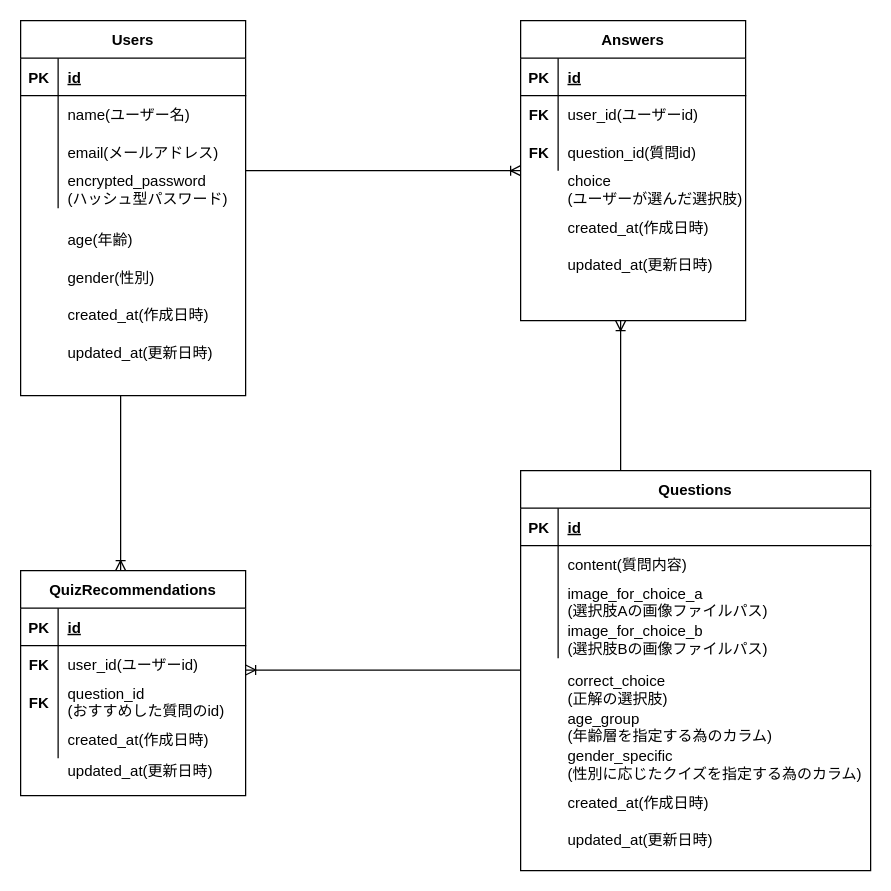
Before: ER図(本リリース版).drawio in jannah-n/graduation_exam, a draw.io diagram. Source tidied: cells renumbered, new cells numbered last; positions are measured from the earlier drawing's top-left corner, leaving out a move shared by most shapes. Both pictures are drawn from the tidied source at 125%, with x=0, y=0 at pixel (20, 20).
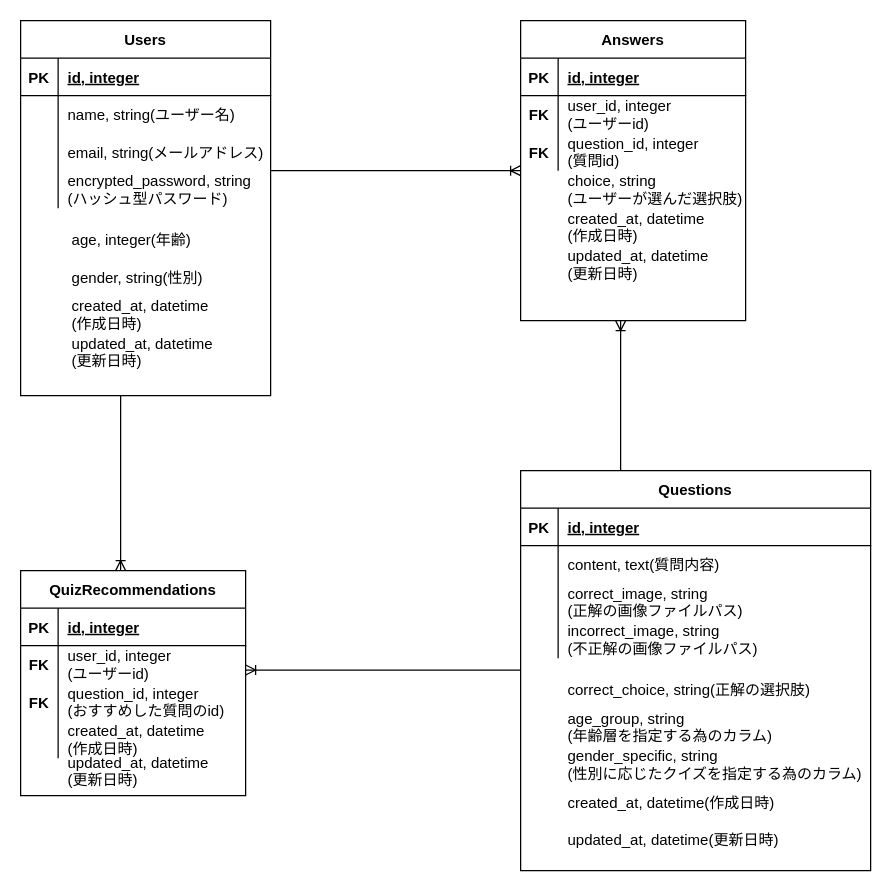
After the change.

Commit message (it also covers changes not shown here):
"ER図(MVPリリース版&本リリース版)の質問用画像パスのカラム名をcorrect_image, incorrect_imageに名称変更" "ER図(MVPリリース版&本リリース版)に各カラムのデータ型を追記" "README.mdに貼り付けているER図(MVPリリース版&本リリース版)を差し替え"

Unchanged cells that the change refers to:
```xml
<mxCell id="2" style="group;" parent="1" vertex="1">
  <mxGeometry x="400" width="180" height="240" as="geometry" />
</mxCell>
<mxCell id="3" value="Answers" style="shape=table;startSize=30;childLayout=tableLayout;rowLines=0;fontStyle=1;align=center;" parent="2" vertex="1">
  <mxGeometry width="180" height="240" as="geometry" />
</mxCell>
<mxCell id="4" style="shape=tableRow;horizontal=0;startSize=0;swimlaneHead=0;swimlaneBody=0;fillColor=none;top=0;left=0;right=0;bottom=1;" parent="3" vertex="1">
  <mxGeometry y="30" width="180" height="30" as="geometry" />
</mxCell>
<mxCell id="7" style="shape=tableRow;horizontal=0;startSize=0;swimlaneHead=0;swimlaneBody=0;fillColor=none;top=0;left=0;right=0;bottom=0;" parent="3" vertex="1">
  <mxGeometry y="60" width="180" height="30" as="geometry" />
</mxCell>
<mxCell id="10" style="shape=tableRow;horizontal=0;startSize=0;swimlaneHead=0;swimlaneBody=0;fillColor=none;top=0;left=0;right=0;bottom=0;" parent="3" vertex="1">
  <mxGeometry y="90" width="180" height="30" as="geometry" />
</mxCell>
<mxCell id="36" style="group;" parent="1" vertex="1">
  <mxGeometry x="400" y="360" width="280" height="320" as="geometry" />
</mxCell>
<mxCell id="38" style="shape=tableRow;horizontal=0;startSize=0;swimlaneHead=0;swimlaneBody=0;fillColor=none;top=0;left=0;right=0;bottom=1;" parent="37" vertex="1">
  <mxGeometry y="30" width="280" height="30" as="geometry" />
</mxCell>
<mxCell id="41" style="shape=tableRow;horizontal=0;startSize=0;swimlaneHead=0;swimlaneBody=0;fillColor=none;top=0;left=0;right=0;bottom=0;" parent="37" vertex="1">
  <mxGeometry y="60" width="280" height="30" as="geometry" />
</mxCell>
<mxCell id="44" style="shape=tableRow;horizontal=0;startSize=0;swimlaneHead=0;swimlaneBody=0;fillColor=none;top=0;left=0;right=0;bottom=0;" parent="37" vertex="1">
  <mxGeometry y="90" width="280" height="30" as="geometry" />
</mxCell>
<mxCell id="47" style="shape=tableRow;horizontal=0;startSize=0;swimlaneHead=0;swimlaneBody=0;fillColor=none;top=0;left=0;right=0;bottom=0;" parent="37" vertex="1">
  <mxGeometry y="120" width="280" height="30" as="geometry" />
</mxCell>
<mxCell id="56" style="group;" parent="55" vertex="1">
  <mxGeometry width="180" height="180" as="geometry" />
</mxCell>
<mxCell id="58" style="shape=tableRow;horizontal=0;startSize=0;swimlaneHead=0;swimlaneBody=0;fillColor=none;top=0;left=0;right=0;bottom=1;" parent="57" vertex="1">
  <mxGeometry y="30" width="180" height="30" as="geometry" />
</mxCell>
<mxCell id="61" style="shape=tableRow;horizontal=0;startSize=0;swimlaneHead=0;swimlaneBody=0;fillColor=none;top=0;left=0;right=0;bottom=0;" parent="57" vertex="1">
  <mxGeometry y="60" width="180" height="30" as="geometry" />
</mxCell>
<mxCell id="64" style="shape=tableRow;horizontal=0;startSize=0;swimlaneHead=0;swimlaneBody=0;fillColor=none;top=0;left=0;right=0;bottom=0;" parent="57" vertex="1">
  <mxGeometry y="90" width="180" height="30" as="geometry" />
</mxCell>
<mxCell id="67" style="shape=tableRow;horizontal=0;startSize=0;swimlaneHead=0;swimlaneBody=0;fillColor=none;top=0;left=0;right=0;bottom=0;" parent="57" vertex="1">
  <mxGeometry y="120" width="180" height="30" as="geometry" />
</mxCell>
```

What changed in the source:
```diff
@@
-    <mxCell id="6" value="id" style="shape=partialRectangle;fillColor=none;top=0;left=0;bottom=0;right=0;align=left;spacingLeft=6;fontStyle=5;overflow=hidden;" parent="4" vertex="1">
+    <mxCell id="6" value="id, integer" style="shape=partialRectangle;fillColor=none;top=0;left=0;bottom=0;right=0;align=left;spacingLeft=6;fontStyle=5;overflow=hidden;" parent="4" vertex="1">
       <mxGeometry x="30" width="150" height="30" as="geometry" />
     </mxCell>
@@
-    <mxCell id="9" value="user_id(ユーザーid)" style="shape=partialRectangle;fillColor=none;top=0;left=0;bottom=0;right=0;align=left;spacingLeft=6;overflow=hidden;" parent="7" vertex="1">
+    <mxCell id="9" value="user_id, integer&#10;(ユーザーid)" style="shape=partialRectangle;fillColor=none;top=0;left=0;bottom=0;right=0;align=left;spacingLeft=6;overflow=hidden;" parent="7" vertex="1">
       <mxGeometry x="30" width="150" height="30" as="geometry" />
     </mxCell>
@@
-    <mxCell id="12" value="question_id(質問id)" style="shape=partialRectangle;fillColor=none;top=0;left=0;bottom=0;right=0;align=left;spacingLeft=6;overflow=hidden;" parent="10" vertex="1">
+    <mxCell id="12" value="question_id, integer&#10;(質問id)" style="shape=partialRectangle;fillColor=none;top=0;left=0;bottom=0;right=0;align=left;spacingLeft=6;overflow=hidden;" parent="10" vertex="1">
       <mxGeometry x="30" width="150" height="30" as="geometry" />
     </mxCell>
-    <mxCell id="13" value="created_at(作成日時)" style="shape=partialRectangle;fillColor=none;top=0;left=0;bottom=0;right=0;align=left;spacingLeft=6;overflow=hidden;" parent="2" vertex="1">
+    <mxCell id="13" value="created_at, datetime&#10;(作成日時)" style="shape=partialRectangle;fillColor=none;top=0;left=0;bottom=0;right=0;align=left;spacingLeft=6;overflow=hidden;" parent="2" vertex="1">
       <mxGeometry x="30" y="150" width="150" height="30" as="geometry" />
     </mxCell>
-    <mxCell id="14" value="updated_at(更新日時)" style="shape=partialRectangle;fillColor=none;top=0;left=0;bottom=0;right=0;align=left;spacingLeft=6;overflow=hidden;" parent="2" vertex="1">
+    <mxCell id="14" value="updated_at, datetime&#10;(更新日時)" style="shape=partialRectangle;fillColor=none;top=0;left=0;bottom=0;right=0;align=left;spacingLeft=6;overflow=hidden;" parent="2" vertex="1">
       <mxGeometry x="30" y="180" width="150" height="30" as="geometry" />
     </mxCell>
-    <mxCell id="15" value="choice&#10;(ユーザーが選んだ選択肢)" style="shape=partialRectangle;fillColor=none;top=0;left=0;bottom=0;right=0;align=left;spacingLeft=6;overflow=hidden;" parent="2" vertex="1">
+    <mxCell id="15" value="choice, string&#10;(ユーザーが選んだ選択肢)" style="shape=partialRectangle;fillColor=none;top=0;left=0;bottom=0;right=0;align=left;spacingLeft=6;overflow=hidden;" parent="2" vertex="1">
       <mxGeometry x="30" y="120" width="150" height="30" as="geometry" />
     </mxCell>
-    <mxCell id="16" style="fontSize=12;html=1;endArrow=ERoneToMany;entryX=0;entryY=0.5;entryDx=0;entryDy=0;" parent="1" edge="1" target="3">
-      <mxGeometry relative="1" as="geometry">
-        <mxPoint x="180" y="120" as="sourcePoint" />
-      </mxGeometry>
+    <mxCell id="16" style="fontSize=12;html=1;endArrow=ERoneToMany;entryX=0;entryY=0.5;entryDx=0;entryDy=0;exitX=1.002;exitY=0;exitDx=0;exitDy=0;exitPerimeter=0;" parent="1" edge="1" source="29" target="3">
+      <mxGeometry relative="1" as="geometry" />
     </mxCell>
@@
     <mxCell id="18" style="group;" parent="1" vertex="1">
-      <mxGeometry width="180" height="300" as="geometry" />
+      <mxGeometry width="200" height="300" as="geometry" />
     </mxCell>
     <mxCell id="19" value="Users" style="shape=table;startSize=30;childLayout=tableLayout;rowLines=0;fontStyle=1;align=center;" parent="18" vertex="1">
-      <mxGeometry width="180" height="300" as="geometry" />
+      <mxGeometry width="200" height="300" as="geometry" />
     </mxCell>
     <mxCell id="20" style="shape=tableRow;horizontal=0;startSize=0;swimlaneHead=0;swimlaneBody=0;fillColor=none;top=0;left=0;right=0;bottom=1;" parent="19" vertex="1">
-      <mxGeometry y="30" width="180" height="30" as="geometry" />
+      <mxGeometry y="30" width="200" height="30" as="geometry" />
     </mxCell>
@@
-    <mxCell id="22" value="id" style="shape=partialRectangle;fillColor=none;top=0;left=0;bottom=0;right=0;align=left;spacingLeft=6;fontStyle=5;overflow=hidden;" parent="20" vertex="1">
-      <mxGeometry x="30" width="150" height="30" as="geometry" />
+    <mxCell id="22" value="id, integer" style="shape=partialRectangle;fillColor=none;top=0;left=0;bottom=0;right=0;align=left;spacingLeft=6;fontStyle=5;overflow=hidden;" parent="20" vertex="1">
+      <mxGeometry x="30" width="170" height="30" as="geometry" />
     </mxCell>
     <mxCell id="23" style="shape=tableRow;horizontal=0;startSize=0;swimlaneHead=0;swimlaneBody=0;fillColor=none;top=0;left=0;right=0;bottom=0;" parent="19" vertex="1">
-      <mxGeometry y="60" width="180" height="30" as="geometry" />
+      <mxGeometry y="60" width="200" height="30" as="geometry" />
     </mxCell>
@@
-    <mxCell id="25" value="name(ユーザー名)" style="shape=partialRectangle;fillColor=none;top=0;left=0;bottom=0;right=0;align=left;spacingLeft=6;overflow=hidden;" parent="23" vertex="1">
-      <mxGeometry x="30" width="150" height="30" as="geometry" />
+    <mxCell id="25" value="name, string(ユーザー名)" style="shape=partialRectangle;fillColor=none;top=0;left=0;bottom=0;right=0;align=left;spacingLeft=6;overflow=hidden;" parent="23" vertex="1">
+      <mxGeometry x="30" width="170" height="30" as="geometry" />
     </mxCell>
     <mxCell id="26" style="shape=tableRow;horizontal=0;startSize=0;swimlaneHead=0;swimlaneBody=0;fillColor=none;top=0;left=0;right=0;bottom=0;" parent="19" vertex="1">
-      <mxGeometry y="90" width="180" height="30" as="geometry" />
+      <mxGeometry y="90" width="200" height="30" as="geometry" />
     </mxCell>
@@
-    <mxCell id="28" value="email(メールアドレス)" style="shape=partialRectangle;fillColor=none;top=0;left=0;bottom=0;right=0;align=left;spacingLeft=6;overflow=hidden;" parent="26" vertex="1">
-      <mxGeometry x="30" width="150" height="30" as="geometry" />
+    <mxCell id="28" value="email, string(メールアドレス)" style="shape=partialRectangle;fillColor=none;top=0;left=0;bottom=0;right=0;align=left;spacingLeft=6;overflow=hidden;" parent="26" vertex="1">
+      <mxGeometry x="30" width="170" height="30" as="geometry" />
     </mxCell>
     <mxCell id="29" style="shape=tableRow;horizontal=0;startSize=0;swimlaneHead=0;swimlaneBody=0;fillColor=none;points=[[0,0.5],[1,0.5]];portConstraint=eastwest;top=0;left=0;right=0;bottom=0;" parent="19" vertex="1">
-      <mxGeometry y="120" width="180" height="30" as="geometry" />
+      <mxGeometry y="120" width="200" height="30" as="geometry" />
     </mxCell>
@@
-    <mxCell id="31" value="encrypted_password&#10;(ハッシュ型パスワード)" style="shape=partialRectangle;fillColor=none;top=0;left=0;bottom=0;right=0;align=left;spacingLeft=6;overflow=hidden;" parent="29" vertex="1">
-      <mxGeometry x="30" width="150" height="30" as="geometry" />
+    <mxCell id="31" value="encrypted_password, string&#10;(ハッシュ型パスワード)" style="shape=partialRectangle;fillColor=none;top=0;left=0;bottom=0;right=0;align=left;spacingLeft=6;overflow=hidden;" parent="29" vertex="1">
+      <mxGeometry x="30" width="170" height="30" as="geometry" />
     </mxCell>
-    <mxCell id="32" value="age(年齢)" style="shape=partialRectangle;fillColor=none;top=0;left=0;bottom=0;right=0;align=left;spacingLeft=6;overflow=hidden;" parent="18" vertex="1">
-      <mxGeometry x="30" y="160" width="150" height="30" as="geometry" />
+    <mxCell id="32" value="age, integer(年齢)" style="shape=partialRectangle;fillColor=none;top=0;left=0;bottom=0;right=0;align=left;spacingLeft=6;overflow=hidden;" parent="18" vertex="1">
+      <mxGeometry x="33.3" y="160" width="166.7" height="30" as="geometry" />
     </mxCell>
-    <mxCell id="33" value="gender(性別)" style="shape=partialRectangle;fillColor=none;top=0;left=0;bottom=0;right=0;align=left;spacingLeft=6;overflow=hidden;" parent="18" vertex="1">
-      <mxGeometry x="30" y="190" width="150" height="30" as="geometry" />
+    <mxCell id="33" value="gender, string(性別)" style="shape=partialRectangle;fillColor=none;top=0;left=0;bottom=0;right=0;align=left;spacingLeft=6;overflow=hidden;" parent="18" vertex="1">
+      <mxGeometry x="33.3" y="190" width="166.7" height="30" as="geometry" />
     </mxCell>
-    <mxCell id="34" value="created_at(作成日時)" style="shape=partialRectangle;fillColor=none;top=0;left=0;bottom=0;right=0;align=left;spacingLeft=6;overflow=hidden;" parent="18" vertex="1">
-      <mxGeometry x="30" y="220" width="150" height="30" as="geometry" />
+    <mxCell id="34" value="created_at, datetime&#10;(作成日時)" style="shape=partialRectangle;fillColor=none;top=0;left=0;bottom=0;right=0;align=left;spacingLeft=6;overflow=hidden;" parent="18" vertex="1">
+      <mxGeometry x="33.3" y="220" width="166.7" height="30" as="geometry" />
     </mxCell>
-    <mxCell id="35" value="updated_at(更新日時)" style="shape=partialRectangle;fillColor=none;top=0;left=0;bottom=0;right=0;align=left;spacingLeft=6;overflow=hidden;" parent="18" vertex="1">
-      <mxGeometry x="30" y="250" width="150" height="30" as="geometry" />
+    <mxCell id="35" value="updated_at, datetime&#10;(更新日時)" style="shape=partialRectangle;fillColor=none;top=0;left=0;bottom=0;right=0;align=left;spacingLeft=6;overflow=hidden;" parent="18" vertex="1">
+      <mxGeometry x="33.3" y="250" width="166.7" height="30" as="geometry" />
     </mxCell>
@@
-    <mxCell id="40" value="id" style="shape=partialRectangle;fillColor=none;top=0;left=0;bottom=0;right=0;align=left;spacingLeft=6;fontStyle=5;overflow=hidden;" parent="38" vertex="1">
+    <mxCell id="40" value="id, integer" style="shape=partialRectangle;fillColor=none;top=0;left=0;bottom=0;right=0;align=left;spacingLeft=6;fontStyle=5;overflow=hidden;" parent="38" vertex="1">
       <mxGeometry x="30" width="250" height="30" as="geometry" />
     </mxCell>
@@
-    <mxCell id="43" value="content(質問内容)" style="shape=partialRectangle;fillColor=none;top=0;left=0;bottom=0;right=0;align=left;spacingLeft=6;overflow=hidden;" parent="41" vertex="1">
+    <mxCell id="43" value="content, text(質問内容)" style="shape=partialRectangle;fillColor=none;top=0;left=0;bottom=0;right=0;align=left;spacingLeft=6;overflow=hidden;" parent="41" vertex="1">
       <mxGeometry x="30" width="250" height="30" as="geometry" />
     </mxCell>
@@
-    <mxCell id="46" value="image_for_choice_a&#10;(選択肢Aの画像ファイルパス)" style="shape=partialRectangle;fillColor=none;top=0;left=0;bottom=0;right=0;align=left;spacingLeft=6;overflow=hidden;" parent="44" vertex="1">
+    <mxCell id="46" value="correct_image, string&#10;(正解の画像ファイルパス)" style="shape=partialRectangle;fillColor=none;top=0;left=0;bottom=0;right=0;align=left;spacingLeft=6;overflow=hidden;" parent="44" vertex="1">
       <mxGeometry x="30" width="250" height="30" as="geometry" />
     </mxCell>
@@
-    <mxCell id="49" value="image_for_choice_b&#10;(選択肢Bの画像ファイルパス)" style="shape=partialRectangle;fillColor=none;top=0;left=0;bottom=0;right=0;align=left;spacingLeft=6;overflow=hidden;" parent="47" vertex="1">
+    <mxCell id="49" value="incorrect_image, string&#10;(不正解の画像ファイルパス)" style="shape=partialRectangle;fillColor=none;top=0;left=0;bottom=0;right=0;align=left;spacingLeft=6;overflow=hidden;" parent="47" vertex="1">
       <mxGeometry x="30" width="250" height="30" as="geometry" />
     </mxCell>
-    <mxCell id="50" value="created_at(作成日時)" style="shape=partialRectangle;fillColor=none;top=0;left=0;bottom=0;right=0;align=left;spacingLeft=6;overflow=hidden;" parent="36" vertex="1">
-      <mxGeometry x="30" y="250" width="170" height="30" as="geometry" />
+    <mxCell id="50" value="created_at, datetime(作成日時)" style="shape=partialRectangle;fillColor=none;top=0;left=0;bottom=0;right=0;align=left;spacingLeft=6;overflow=hidden;" parent="36" vertex="1">
+      <mxGeometry x="30" y="250" width="190" height="30" as="geometry" />
     </mxCell>
-    <mxCell id="51" value="updated_at(更新日時)" style="shape=partialRectangle;fillColor=none;top=0;left=0;bottom=0;right=0;align=left;spacingLeft=6;overflow=hidden;" parent="36" vertex="1">
-      <mxGeometry x="30" y="280" width="170" height="30" as="geometry" />
+    <mxCell id="51" value="updated_at, datetime(更新日時)" style="shape=partialRectangle;fillColor=none;top=0;left=0;bottom=0;right=0;align=left;spacingLeft=6;overflow=hidden;" parent="36" vertex="1">
+      <mxGeometry x="30" y="280" width="190" height="30" as="geometry" />
     </mxCell>
-    <mxCell id="52" value="correct_choice&#10;(正解の選択肢)" style="shape=partialRectangle;fillColor=none;top=0;left=0;bottom=0;right=0;align=left;spacingLeft=6;overflow=hidden;" parent="36" vertex="1">
-      <mxGeometry x="30" y="160" width="170" height="30" as="geometry" />
+    <mxCell id="52" value="correct_choice, string(正解の選択肢)" style="shape=partialRectangle;fillColor=none;top=0;left=0;bottom=0;right=0;align=left;spacingLeft=6;overflow=hidden;" parent="36" vertex="1">
+      <mxGeometry x="30" y="160" width="210" height="30" as="geometry" />
     </mxCell>
-    <mxCell id="53" value="age_group&#10;(年齢層を指定する為のカラム)" style="shape=partialRectangle;fillColor=none;top=0;left=0;bottom=0;right=0;align=left;spacingLeft=6;overflow=hidden;" parent="36" vertex="1">
+    <mxCell id="53" value="age_group, string&#10;(年齢層を指定する為のカラム)" style="shape=partialRectangle;fillColor=none;top=0;left=0;bottom=0;right=0;align=left;spacingLeft=6;overflow=hidden;" parent="36" vertex="1">
       <mxGeometry x="30" y="190" width="180" height="30" as="geometry" />
     </mxCell>
-    <mxCell id="54" value="gender_specific&#10;(性別に応じたクイズを指定する為のカラム)" style="shape=partialRectangle;fillColor=none;top=0;left=0;bottom=0;right=0;align=left;spacingLeft=6;overflow=hidden;" parent="36" vertex="1">
+    <mxCell id="54" value="gender_specific, string&#10;(性別に応じたクイズを指定する為のカラム)" style="shape=partialRectangle;fillColor=none;top=0;left=0;bottom=0;right=0;align=left;spacingLeft=6;overflow=hidden;" parent="36" vertex="1">
       <mxGeometry x="30" y="220" width="250" height="30" as="geometry" />
     </mxCell>
@@
-    <mxCell id="60" value="id" style="shape=partialRectangle;fillColor=none;top=0;left=0;bottom=0;right=0;align=left;spacingLeft=6;fontStyle=5;overflow=hidden;" parent="58" vertex="1">
+    <mxCell id="60" value="id, integer" style="shape=partialRectangle;fillColor=none;top=0;left=0;bottom=0;right=0;align=left;spacingLeft=6;fontStyle=5;overflow=hidden;" parent="58" vertex="1">
       <mxGeometry x="30" width="150" height="30" as="geometry" />
     </mxCell>
@@
-    <mxCell id="63" value="user_id(ユーザーid)" style="shape=partialRectangle;fillColor=none;top=0;left=0;bottom=0;right=0;align=left;spacingLeft=6;overflow=hidden;" parent="61" vertex="1">
+    <mxCell id="63" value="user_id, integer&#10;(ユーザーid)" style="shape=partialRectangle;fillColor=none;top=0;left=0;bottom=0;right=0;align=left;spacingLeft=6;overflow=hidden;" parent="61" vertex="1">
       <mxGeometry x="30" width="150" height="30" as="geometry" />
     </mxCell>
@@
-    <mxCell id="66" value="question_id&#10;(おすすめした質問のid)" style="shape=partialRectangle;fillColor=none;top=0;left=0;bottom=0;right=0;align=left;spacingLeft=6;overflow=hidden;" parent="64" vertex="1">
+    <mxCell id="66" value="question_id, integer&#10;(おすすめした質問のid)" style="shape=partialRectangle;fillColor=none;top=0;left=0;bottom=0;right=0;align=left;spacingLeft=6;overflow=hidden;" parent="64" vertex="1">
       <mxGeometry x="30" width="150" height="30" as="geometry" />
     </mxCell>
@@
-    <mxCell id="69" value="created_at(作成日時)" style="shape=partialRectangle;fillColor=none;top=0;left=0;bottom=0;right=0;align=left;spacingLeft=6;overflow=hidden;" parent="67" vertex="1">
+    <mxCell id="69" value="created_at, datetime&#10;(作成日時)" style="shape=partialRectangle;fillColor=none;top=0;left=0;bottom=0;right=0;align=left;spacingLeft=6;overflow=hidden;" parent="67" vertex="1">
       <mxGeometry x="30" width="150" height="30" as="geometry" />
     </mxCell>
-    <mxCell id="70" value="updated_at(更新日時)" style="shape=partialRectangle;fillColor=none;top=0;left=0;bottom=0;right=0;align=left;spacingLeft=6;overflow=hidden;" parent="56" vertex="1">
+    <mxCell id="70" value="updated_at, datetime&#10;(更新日時)" style="shape=partialRectangle;fillColor=none;top=0;left=0;bottom=0;right=0;align=left;spacingLeft=6;overflow=hidden;" parent="56" vertex="1">
       <mxGeometry x="30" y="145" width="150" height="30" as="geometry" />
     </mxCell>
```
